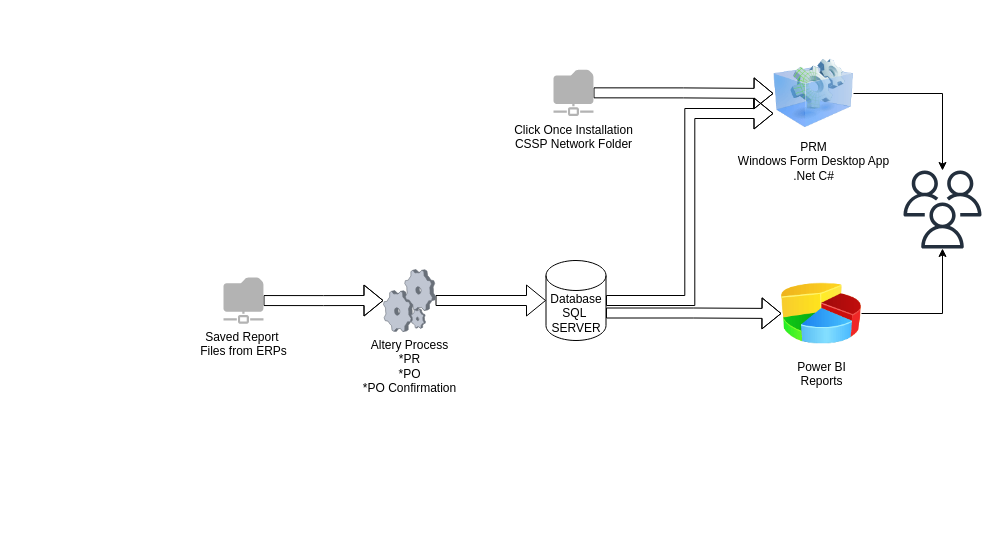
Earlier version of the draw.io diagram Untitled Diagram.drawio (renatodalmo/ColorPix). Source tidied: cells renumbered, new cells numbered last; positions are measured from the earlier drawing's top-left corner, leaving out a move shared by most shapes. Both pictures are drawn from the tidied source at 100%, with x=0, y=0 at pixel (223, 53).
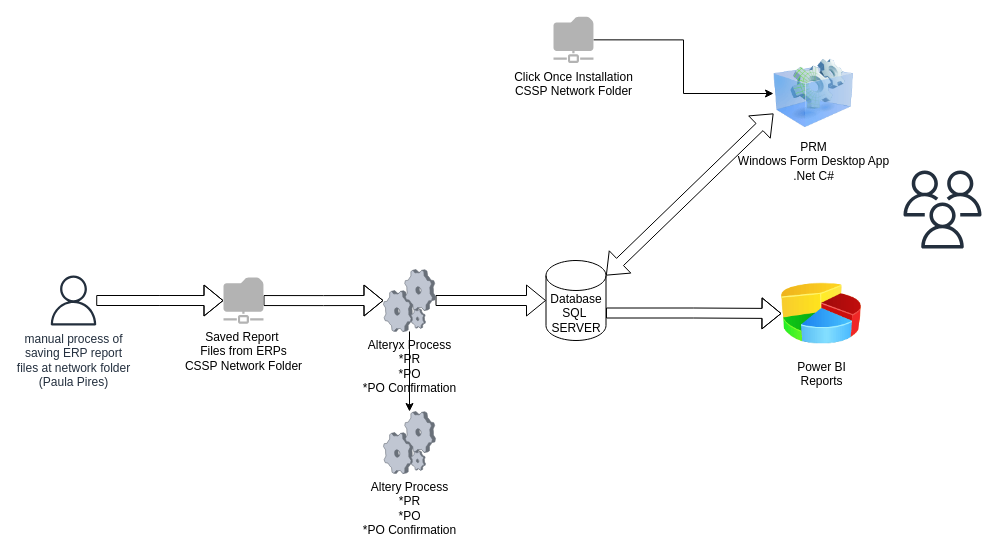
The same page after the edit.

The edit, as a diff of the source:
```diff
@@
 <mxGraphModel>
   <root>
     <mxCell id="0" />
     <mxCell id="1" parent="0" />
-    <mxCell id="2" style="edgeStyle=orthogonalEdgeStyle;rounded=0;jettySize=auto;html=1;exitX=1;exitY=0.5;exitDx=0;exitDy=0;exitPerimeter=0;entryX=0;entryY=0.75;entryDx=0;entryDy=0;shape=flexArrow;" parent="1" edge="1" source="4" target="9">
-      <mxGeometry relative="1" as="geometry" />
-    </mxCell>
     <mxCell id="3" style="edgeStyle=orthogonalEdgeStyle;rounded=0;jettySize=auto;html=1;exitX=1;exitY=0;exitDx=0;exitDy=52.5;exitPerimeter=0;shape=flexArrow;" parent="1" edge="1" source="4" target="11">
       <mxGeometry relative="1" as="geometry" />
     </mxCell>
     <mxCell id="4" value="Database&lt;br&gt;SQL&amp;nbsp;&lt;br&gt;SERVER" style="shape=cylinder3;whiteSpace=wrap;html=1;boundedLbl=1;backgroundOutline=1;size=15;" parent="1" vertex="1">
       <mxGeometry x="322.5" y="207" width="60" height="80" as="geometry" />
     </mxCell>
-    <mxCell id="5" style="edgeStyle=orthogonalEdgeStyle;rounded=0;jettySize=auto;html=1;exitX=1;exitY=0.5;exitDx=0;exitDy=0;exitPerimeter=0;shape=flexArrow;" parent="1" edge="1" source="6" target="9">
+    <mxCell id="5" style="edgeStyle=orthogonalEdgeStyle;rounded=0;jettySize=auto;html=1;exitX=1;exitY=0.5;exitDx=0;exitDy=0;exitPerimeter=0;" parent="1" edge="1" source="6" target="9">
       <mxGeometry relative="1" as="geometry" />
     </mxCell>
     <mxCell id="6" value="Click Once Installation&lt;br&gt;CSSP Network Folder" style="sketch=0;shadow=0;dashed=0;html=1;strokeColor=none;labelPosition=center;verticalLabelPosition=bottom;verticalAlign=top;align=center;fillColor=#B3B3B3;shape=mxgraph.mscae.enterprise.shared_folder;" parent="1" vertex="1">
-      <mxGeometry x="330" y="16.1" width="40" height="46.5" as="geometry" />
+      <mxGeometry x="330" y="-36.9" width="40" height="46.5" as="geometry" />
     </mxCell>
     <mxCell id="7" style="sketch=0;outlineConnect=0;fontColor=#232F3E;gradientColor=none;fillColor=#232F3D;strokeColor=none;dashed=0;verticalLabelPosition=bottom;verticalAlign=top;align=center;html=1;fontSize=12;fontStyle=0;shape=mxgraph.aws4.users;" parent="1" vertex="1">
       <mxGeometry x="680" y="117" width="78" height="78" as="geometry" />
     </mxCell>
-    <mxCell id="8" style="edgeStyle=orthogonalEdgeStyle;rounded=0;jettySize=auto;html=1;exitX=1;exitY=0.5;exitDx=0;exitDy=0;" parent="1" edge="1" source="9" target="7">
-      <mxGeometry relative="1" as="geometry" />
-    </mxCell>
     <mxCell id="9" value="PRM&lt;br&gt;Windows Form Desktop App&lt;br&gt;.Net C#" style="image;html=1;image=img/lib/clip_art/computers/Virtual_Application_128x128.png;" parent="1" vertex="1">
       <mxGeometry x="550" width="80" height="80" as="geometry" />
     </mxCell>
-    <mxCell id="10" style="edgeStyle=orthogonalEdgeStyle;rounded=0;jettySize=auto;html=1;exitX=1;exitY=0.5;exitDx=0;exitDy=0;" parent="1" edge="1" source="11" target="7">
-      <mxGeometry relative="1" as="geometry" />
-    </mxCell>
     <mxCell id="11" value="Power BI&lt;br&gt;Reports&lt;br&gt;" style="image;html=1;image=img/lib/clip_art/finance/Pie_Chart_128x128.png;" parent="1" vertex="1">
       <mxGeometry x="558" y="220" width="80" height="80" as="geometry" />
     </mxCell>
     <mxCell id="12" style="edgeStyle=orthogonalEdgeStyle;shape=flexArrow;rounded=0;jettySize=auto;html=1;" parent="1" edge="1" source="13" target="4">
       <mxGeometry relative="1" as="geometry" />
     </mxCell>
+    <mxCell id="16" style="edgeStyle=orthogonalEdgeStyle;rounded=0;jettySize=auto;html=1;" parent="1" edge="1" source="13" target="19">
+      <mxGeometry relative="1" as="geometry" />
+    </mxCell>
-    <mxCell id="13" value="Altery Process&lt;br&gt;*PR&lt;br&gt;*PO&lt;br&gt;*PO Confirmation" style="verticalLabelPosition=bottom;sketch=0;html=1;verticalAlign=top;strokeColor=none;align=center;outlineConnect=0;shape=mxgraph.citrix.process;fillColor=#B3B3B3;" parent="1" vertex="1">
+    <mxCell id="13" value="Alteryx Process&lt;br&gt;*PR&lt;br&gt;*PO&lt;br&gt;*PO Confirmation" style="verticalLabelPosition=bottom;sketch=0;html=1;verticalAlign=top;strokeColor=none;align=center;outlineConnect=0;shape=mxgraph.citrix.process;fillColor=#B3B3B3;" parent="1" vertex="1">
       <mxGeometry x="160" y="216" width="52" height="62" as="geometry" />
     </mxCell>
     <mxCell id="14" style="edgeStyle=orthogonalEdgeStyle;rounded=0;jettySize=auto;html=1;exitX=1;exitY=0.5;exitDx=0;exitDy=0;exitPerimeter=0;shape=flexArrow;" parent="1" edge="1" source="15" target="13">
       <mxGeometry relative="1" as="geometry" />
     </mxCell>
-    <mxCell id="15" value="Saved Report&amp;nbsp;&lt;br&gt;Files from ERPs" style="sketch=0;shadow=0;dashed=0;html=1;strokeColor=none;labelPosition=center;verticalLabelPosition=bottom;verticalAlign=top;align=center;fillColor=#B3B3B3;shape=mxgraph.mscae.enterprise.shared_folder;" parent="1" vertex="1">
+    <mxCell id="15" value="Saved Report&amp;nbsp;&lt;br&gt;Files from ERPs&lt;br&gt;CSSP Network Folder" style="sketch=0;shadow=0;dashed=0;html=1;strokeColor=none;labelPosition=center;verticalLabelPosition=bottom;verticalAlign=top;align=center;fillColor=#B3B3B3;shape=mxgraph.mscae.enterprise.shared_folder;" parent="1" vertex="1">
       <mxGeometry y="223.8" width="40" height="46.5" as="geometry" />
     </mxCell>
+    <mxCell id="17" style="edgeStyle=orthogonalEdgeStyle;shape=flexArrow;rounded=0;jettySize=auto;html=1;entryX=0;entryY=0.5;entryDx=0;entryDy=0;entryPerimeter=0;" parent="1" edge="1" source="18" target="15">
+      <mxGeometry relative="1" as="geometry" />
+    </mxCell>
+    <mxCell id="18" value="manual process of &lt;br&gt;saving ERP report &lt;br&gt;files at network folder&lt;br&gt;(Paula Pires)" style="sketch=0;outlineConnect=0;fontColor=#232F3E;gradientColor=none;fillColor=#232F3D;strokeColor=none;dashed=0;verticalLabelPosition=bottom;verticalAlign=top;align=center;html=1;fontSize=12;fontStyle=0;shape=mxgraph.aws4.user;" parent="1" vertex="1">
+      <mxGeometry x="-175" y="222" width="50" height="50" as="geometry" />
+    </mxCell>
+    <mxCell id="2" style="shape=flexArrow;endArrow=classic;startArrow=classic;html=1;rounded=0;entryX=0;entryY=0.75;entryDx=0;entryDy=0;exitX=1;exitY=0;exitDx=0;exitDy=15;exitPerimeter=0;" parent="1" edge="1" source="4" target="9">
+      <mxGeometry relative="1" as="geometry" />
+    </mxCell>
+    <mxCell id="19" value="Altery Process&lt;br&gt;*PR&lt;br&gt;*PO&lt;br&gt;*PO Confirmation" style="verticalLabelPosition=bottom;sketch=0;html=1;verticalAlign=top;strokeColor=none;align=center;outlineConnect=0;shape=mxgraph.citrix.process;fillColor=#B3B3B3;" parent="1" vertex="1">
+      <mxGeometry x="160" y="358" width="52" height="62" as="geometry" />
+    </mxCell>
   </root>
 </mxGraphModel>
```
